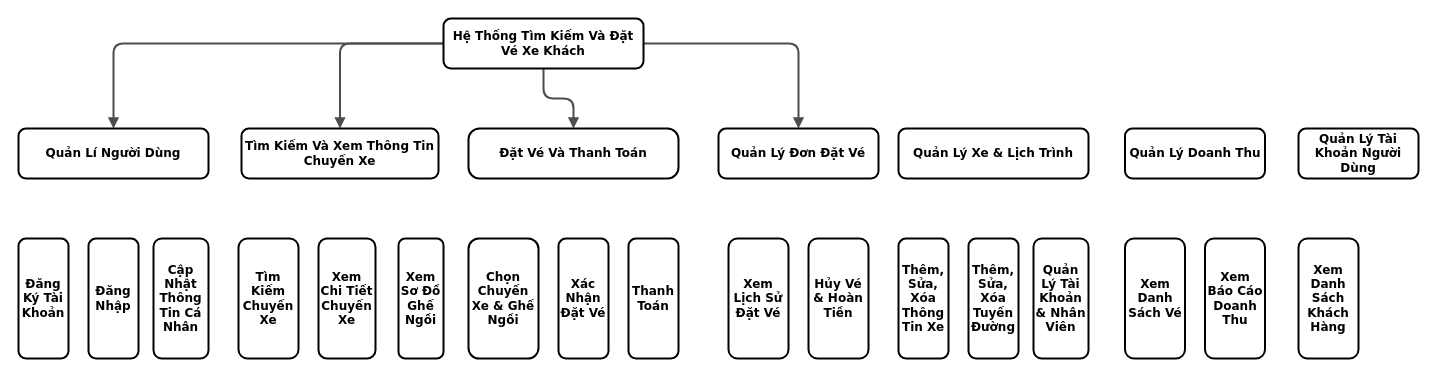
Before: bieudophanra.drawio in anhquan1111/PBL3, a draw.io diagram. Source tidied: cells renumbered, new cells numbered last; positions are measured from the earlier drawing's top-left corner, leaving out a move shared by most shapes. Both pictures are drawn from the tidied source at 100%, with x=0, y=0 at pixel (18, 18).
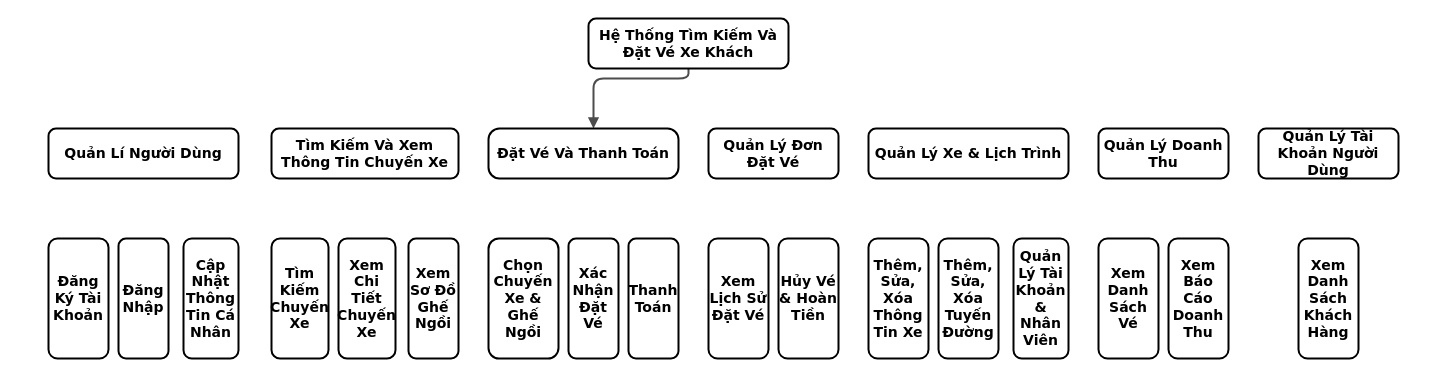
The same page after the edit.

Commit message (it also covers changes not shown here):
Cập nhật bieudophanra.drawio

The edit, as a diff of the source:
```diff
@@
-    <mxCell id="2" style="edgeStyle=orthogonalEdgeStyle;rounded=1;html=1;labelBackgroundColor=none;endArrow=block;endFill=1;strokeColor=#4D4D4D;strokeWidth=2;fontFamily=Verdana;fontSize=12;fontStyle=1;" parent="1" edge="1" source="10" target="9">
-      <mxGeometry relative="1" as="geometry" />
-    </mxCell>
-    <mxCell id="3" style="edgeStyle=orthogonalEdgeStyle;rounded=1;html=1;labelBackgroundColor=none;endArrow=block;endFill=1;strokeColor=#4D4D4D;strokeWidth=2;fontFamily=Verdana;fontSize=12;fontStyle=1;" parent="1" edge="1" source="10" target="7">
-      <mxGeometry relative="1" as="geometry" />
-    </mxCell>
-    <mxCell id="4" style="edgeStyle=orthogonalEdgeStyle;rounded=1;html=1;labelBackgroundColor=none;endArrow=block;endFill=1;strokeColor=#4D4D4D;strokeWidth=2;fontFamily=Verdana;fontSize=12;fontStyle=1;" parent="1" edge="1" source="10" target="11">
-      <mxGeometry relative="1" as="geometry" />
+    <mxCell id="4" style="edgeStyle=orthogonalEdgeStyle;rounded=1;html=1;labelBackgroundColor=none;endArrow=block;endFill=1;strokeColor=#4D4D4D;strokeWidth=2;fontFamily=Verdana;fontSize=14;fontStyle=1;" parent="1" edge="1" source="10" target="11">
+      <mxGeometry relative="1" as="geometry">
+        <Array as="points">
+          <mxPoint x="670" y="60" />
+          <mxPoint x="575" y="60" />
+        </Array>
+      </mxGeometry>
     </mxCell>
-    <mxCell id="5" style="edgeStyle=orthogonalEdgeStyle;rounded=1;html=1;labelBackgroundColor=none;endArrow=block;endFill=1;strokeColor=#4D4D4D;strokeWidth=2;fontFamily=Verdana;fontSize=12;fontStyle=1;exitX=1;exitY=0.5;exitDx=0;exitDy=0;" parent="1" edge="1" source="10" target="12">
-      <mxGeometry relative="1" as="geometry" />
-    </mxCell>
-    <mxCell id="6" value="Đăng Ký Tài Khoản" style="whiteSpace=wrap;html=1;rounded=1;shadow=0;comic=0;strokeWidth=2;fontFamily=Verdana;align=center;fontSize=12;fontStyle=1;" parent="1" vertex="1">
-      <mxGeometry y="220" width="50" height="120" as="geometry" />
+    <mxCell id="6" value="Đăng Ký Tài Khoản" style="whiteSpace=wrap;html=1;rounded=1;shadow=0;comic=0;strokeWidth=2;fontFamily=Verdana;align=center;fontSize=14;fontStyle=1;" parent="1" vertex="1">
+      <mxGeometry x="30" y="220" width="60" height="120" as="geometry" />
     </mxCell>
-    <mxCell id="7" value="Quản Lí Người Dùng" style="whiteSpace=wrap;html=1;rounded=1;shadow=0;comic=0;strokeWidth=2;fontFamily=Verdana;align=center;fontSize=12;fontStyle=1;" parent="1" vertex="1">
-      <mxGeometry y="110" width="190" height="50" as="geometry" />
+    <mxCell id="7" value="Quản Lí Người Dùng" style="whiteSpace=wrap;html=1;rounded=1;shadow=0;comic=0;strokeWidth=2;fontFamily=Verdana;align=center;fontSize=14;fontStyle=1;" parent="1" vertex="1">
+      <mxGeometry x="30" y="110" width="190" height="50" as="geometry" />
     </mxCell>
-    <mxCell id="8" value="Cập Nhật Thông Tin Cá Nhân" style="whiteSpace=wrap;html=1;rounded=1;shadow=0;comic=0;strokeWidth=2;fontFamily=Verdana;align=center;fontSize=12;fontStyle=1;" parent="1" vertex="1">
-      <mxGeometry x="135" y="220" width="55" height="120" as="geometry" />
+    <mxCell id="8" value="Cập Nhật Thông Tin Cá Nhân" style="whiteSpace=wrap;html=1;rounded=1;shadow=0;comic=0;strokeWidth=2;fontFamily=Verdana;align=center;fontSize=14;fontStyle=1;" parent="1" vertex="1">
+      <mxGeometry x="165" y="220" width="55" height="120" as="geometry" />
     </mxCell>
-    <mxCell id="9" value="Tìm Kiếm Và Xem Thông Tin Chuyến Xe" style="whiteSpace=wrap;html=1;rounded=1;shadow=0;comic=0;strokeWidth=2;fontFamily=Verdana;align=center;fontSize=12;fontStyle=1;" parent="1" vertex="1">
-      <mxGeometry x="223" y="110" width="197" height="50" as="geometry" />
+    <mxCell id="9" value="Tìm Kiếm Và Xem Thông Tin Chuyến Xe" style="whiteSpace=wrap;html=1;rounded=1;shadow=0;comic=0;strokeWidth=2;fontFamily=Verdana;align=center;fontSize=14;fontStyle=1;" parent="1" vertex="1">
+      <mxGeometry x="253" y="110" width="187" height="50" as="geometry" />
     </mxCell>
-    <mxCell id="10" value="&lt;font style=&quot;font-size: 12px;&quot;&gt;Hệ Thống Tìm Kiếm Và Đặt Vé Xe Khách&lt;/font&gt;" style="whiteSpace=wrap;html=1;rounded=1;shadow=0;comic=0;strokeWidth=2;fontFamily=Verdana;align=center;fontSize=12;fontStyle=1;" parent="1" vertex="1">
-      <mxGeometry x="425" width="200" height="50" as="geometry" />
+    <mxCell id="10" value="&lt;font&gt;Hệ Thống Tìm Kiếm Và Đặt Vé Xe Khách&lt;/font&gt;" style="whiteSpace=wrap;html=1;rounded=1;shadow=0;comic=0;strokeWidth=2;fontFamily=Verdana;align=center;fontSize=14;fontStyle=1;" parent="1" vertex="1">
+      <mxGeometry x="570" width="200" height="50" as="geometry" />
     </mxCell>
-    <mxCell id="11" value="Đặt Vé Và Thanh Toán" style="whiteSpace=wrap;html=1;rounded=1;shadow=0;comic=0;strokeWidth=2;fontFamily=Verdana;align=center;fontSize=12;fontStyle=1;arcSize=22;" parent="1" vertex="1">
-      <mxGeometry x="450" y="110" width="210" height="50" as="geometry" />
+    <mxCell id="11" value="Đặt Vé Và Thanh Toán" style="whiteSpace=wrap;html=1;rounded=1;shadow=0;comic=0;strokeWidth=2;fontFamily=Verdana;align=center;fontSize=14;fontStyle=1;arcSize=22;" parent="1" vertex="1">
+      <mxGeometry x="470" y="110" width="190" height="50" as="geometry" />
     </mxCell>
-    <mxCell id="12" value="Quản Lý Đơn Đặt Vé" style="whiteSpace=wrap;html=1;rounded=1;shadow=0;comic=0;strokeWidth=2;fontFamily=Verdana;align=center;fontSize=12;fontStyle=1;" parent="1" vertex="1">
-      <mxGeometry x="700" y="110" width="160" height="50" as="geometry" />
+    <mxCell id="12" value="Quản Lý Đơn Đặt Vé" style="whiteSpace=wrap;html=1;rounded=1;shadow=0;comic=0;strokeWidth=2;fontFamily=Verdana;align=center;fontSize=14;fontStyle=1;" parent="1" vertex="1">
+      <mxGeometry x="690" y="110" width="130" height="50" as="geometry" />
     </mxCell>
-    <mxCell id="13" value="Đăng Nhập" style="whiteSpace=wrap;html=1;rounded=1;shadow=0;comic=0;strokeWidth=2;fontFamily=Verdana;align=center;fontSize=12;fontStyle=1;" parent="1" vertex="1">
-      <mxGeometry x="70" y="220" width="50" height="120" as="geometry" />
+    <mxCell id="13" value="Đăng Nhập" style="whiteSpace=wrap;html=1;rounded=1;shadow=0;comic=0;strokeWidth=2;fontFamily=Verdana;align=center;fontSize=14;fontStyle=1;" parent="1" vertex="1">
+      <mxGeometry x="100" y="220" width="50" height="120" as="geometry" />
     </mxCell>
-    <mxCell id="14" value="Tìm Kiếm Chuyến Xe" style="whiteSpace=wrap;html=1;rounded=1;shadow=0;comic=0;strokeWidth=2;fontFamily=Verdana;align=center;fontSize=12;fontStyle=1;" parent="1" vertex="1">
-      <mxGeometry x="220" y="220" width="60" height="120" as="geometry" />
+    <mxCell id="14" value="Tìm Kiếm Chuyến Xe" style="whiteSpace=wrap;html=1;rounded=1;shadow=0;comic=0;strokeWidth=2;fontFamily=Verdana;align=center;fontSize=14;fontStyle=1;" parent="1" vertex="1">
+      <mxGeometry x="253" y="220" width="57" height="120" as="geometry" />
     </mxCell>
-    <mxCell id="15" value="Xem Sơ Đồ Ghế Ngồi" style="whiteSpace=wrap;html=1;rounded=1;shadow=0;comic=0;strokeWidth=2;fontFamily=Verdana;align=center;fontSize=12;fontStyle=1;" parent="1" vertex="1">
-      <mxGeometry x="380" y="220" width="45" height="120" as="geometry" />
+    <mxCell id="15" value="Xem Sơ Đồ Ghế Ngồi" style="whiteSpace=wrap;html=1;rounded=1;shadow=0;comic=0;strokeWidth=2;fontFamily=Verdana;align=center;fontSize=14;fontStyle=1;" parent="1" vertex="1">
+      <mxGeometry x="390" y="220" width="50" height="120" as="geometry" />
     </mxCell>
-    <mxCell id="16" value="Xem Chi Tiết Chuyến Xe" style="whiteSpace=wrap;html=1;rounded=1;shadow=0;comic=0;strokeWidth=2;fontFamily=Verdana;align=center;fontSize=12;fontStyle=1;" parent="1" vertex="1">
-      <mxGeometry x="300" y="220" width="57" height="120" as="geometry" />
+    <mxCell id="16" value="Xem Chi Tiết Chuyến Xe" style="whiteSpace=wrap;html=1;rounded=1;shadow=0;comic=0;strokeWidth=2;fontFamily=Verdana;align=center;fontSize=14;fontStyle=1;" parent="1" vertex="1">
+      <mxGeometry x="320" y="220" width="57" height="120" as="geometry" />
     </mxCell>
-    <mxCell id="17" value="Chọn Chuyến Xe &amp;amp; Ghế Ngồi" style="whiteSpace=wrap;html=1;rounded=1;shadow=0;comic=0;strokeWidth=2;fontFamily=Verdana;align=center;fontSize=12;fontStyle=1;" parent="1" vertex="1">
-      <mxGeometry x="450" y="220" width="70" height="120" as="geometry" />
+    <mxCell id="17" value="Chọn Chuyến Xe &amp;amp; Ghế Ngồi" style="whiteSpace=wrap;html=1;rounded=1;shadow=0;comic=0;strokeWidth=2;fontFamily=Verdana;align=center;fontSize=14;fontStyle=1;" parent="1" vertex="1">
+      <mxGeometry x="470" y="220" width="70" height="120" as="geometry" />
     </mxCell>
-    <mxCell id="18" value="Thanh Toán" style="whiteSpace=wrap;html=1;rounded=1;shadow=0;comic=0;strokeWidth=2;fontFamily=Verdana;align=center;fontSize=12;fontStyle=1;" parent="1" vertex="1">
+    <mxCell id="18" value="Thanh Toán" style="whiteSpace=wrap;html=1;rounded=1;shadow=0;comic=0;strokeWidth=2;fontFamily=Verdana;align=center;fontSize=14;fontStyle=1;" parent="1" vertex="1">
       <mxGeometry x="610" y="220" width="50" height="120" as="geometry" />
     </mxCell>
-    <mxCell id="19" value="Xác Nhận Đặt Vé" style="whiteSpace=wrap;html=1;rounded=1;shadow=0;comic=0;strokeWidth=2;fontFamily=Verdana;align=center;fontSize=12;fontStyle=1;" parent="1" vertex="1">
-      <mxGeometry x="540" y="220" width="50" height="120" as="geometry" />
+    <mxCell id="19" value="Xác Nhận Đặt Vé" style="whiteSpace=wrap;html=1;rounded=1;shadow=0;comic=0;strokeWidth=2;fontFamily=Verdana;align=center;fontSize=14;fontStyle=1;" parent="1" vertex="1">
+      <mxGeometry x="550" y="220" width="50" height="120" as="geometry" />
     </mxCell>
-    <mxCell id="20" value="Xem Lịch Sử Đặt Vé" style="whiteSpace=wrap;html=1;rounded=1;shadow=0;comic=0;strokeWidth=2;fontFamily=Verdana;align=center;fontSize=12;fontStyle=1;" parent="1" vertex="1">
-      <mxGeometry x="710" y="220" width="60" height="120" as="geometry" />
+    <mxCell id="20" value="Xem Lịch Sử Đặt Vé" style="whiteSpace=wrap;html=1;rounded=1;shadow=0;comic=0;strokeWidth=2;fontFamily=Verdana;align=center;fontSize=14;fontStyle=1;" parent="1" vertex="1">
+      <mxGeometry x="690" y="220" width="60" height="120" as="geometry" />
     </mxCell>
-    <mxCell id="21" value="Hủy Vé &amp;amp; Hoàn Tiền" style="whiteSpace=wrap;html=1;rounded=1;shadow=0;comic=0;strokeWidth=2;fontFamily=Verdana;align=center;fontSize=12;fontStyle=1;" parent="1" vertex="1">
-      <mxGeometry x="790" y="220" width="60" height="120" as="geometry" />
+    <mxCell id="21" value="Hủy Vé &amp;amp; Hoàn Tiền" style="whiteSpace=wrap;html=1;rounded=1;shadow=0;comic=0;strokeWidth=2;fontFamily=Verdana;align=center;fontSize=14;fontStyle=1;" parent="1" vertex="1">
+      <mxGeometry x="760" y="220" width="60" height="120" as="geometry" />
     </mxCell>
-    <mxCell id="22" value="Thêm, Sửa, Xóa Thông Tin Xe" style="whiteSpace=wrap;html=1;rounded=1;shadow=0;comic=0;strokeWidth=2;fontFamily=Verdana;align=center;fontSize=12;fontStyle=1;" parent="1" vertex="1">
-      <mxGeometry x="880" y="220" width="50" height="120" as="geometry" />
+    <mxCell id="22" value="Thêm, Sửa, Xóa Thông Tin Xe" style="whiteSpace=wrap;html=1;rounded=1;shadow=0;comic=0;strokeWidth=2;fontFamily=Verdana;align=center;fontSize=14;fontStyle=1;" parent="1" vertex="1">
+      <mxGeometry x="850" y="220" width="60" height="120" as="geometry" />
     </mxCell>
-    <mxCell id="23" value="Quản Lý Xe &amp;amp; Lịch Trình" style="whiteSpace=wrap;html=1;rounded=1;shadow=0;comic=0;strokeWidth=2;fontFamily=Verdana;align=center;fontSize=12;fontStyle=1;" parent="1" vertex="1">
-      <mxGeometry x="880" y="110" width="190" height="50" as="geometry" />
+    <mxCell id="23" value="Quản Lý Xe &amp;amp; Lịch Trình" style="whiteSpace=wrap;html=1;rounded=1;shadow=0;comic=0;strokeWidth=2;fontFamily=Verdana;align=center;fontSize=14;fontStyle=1;" parent="1" vertex="1">
+      <mxGeometry x="850" y="110" width="200" height="50" as="geometry" />
     </mxCell>
-    <mxCell id="24" value="Quản Lý Tài Khoản &amp;amp; Nhân Viên" style="whiteSpace=wrap;html=1;rounded=1;shadow=0;comic=0;strokeWidth=2;fontFamily=Verdana;align=center;fontSize=12;fontStyle=1;" parent="1" vertex="1">
-      <mxGeometry x="1015" y="220" width="55" height="120" as="geometry" />
+    <mxCell id="24" value="Quản Lý Tài Khoản &amp;amp; Nhân Viên" style="whiteSpace=wrap;html=1;rounded=1;shadow=0;comic=0;strokeWidth=2;fontFamily=Verdana;align=center;fontSize=14;fontStyle=1;" parent="1" vertex="1">
+      <mxGeometry x="995" y="220" width="55" height="120" as="geometry" />
     </mxCell>
-    <mxCell id="25" value="Quản Lý Doanh Thu" style="whiteSpace=wrap;html=1;rounded=1;shadow=0;comic=0;strokeWidth=2;fontFamily=Verdana;align=center;fontSize=12;fontStyle=1;" parent="1" vertex="1">
-      <mxGeometry x="1106.5" y="110" width="140" height="50" as="geometry" />
+    <mxCell id="25" value="Quản Lý Doanh Thu" style="whiteSpace=wrap;html=1;rounded=1;shadow=0;comic=0;strokeWidth=2;fontFamily=Verdana;align=center;fontSize=14;fontStyle=1;" parent="1" vertex="1">
+      <mxGeometry x="1080" y="110" width="130" height="50" as="geometry" />
     </mxCell>
-    <mxCell id="26" value="Quản Lý Tài Khoản Người Dùng" style="whiteSpace=wrap;html=1;rounded=1;shadow=0;comic=0;strokeWidth=2;fontFamily=Verdana;align=center;fontSize=12;fontStyle=1;" parent="1" vertex="1">
-      <mxGeometry x="1280" y="110" width="120" height="50" as="geometry" />
+    <mxCell id="26" value="Quản Lý Tài Khoản Người Dùng" style="whiteSpace=wrap;html=1;rounded=1;shadow=0;comic=0;strokeWidth=2;fontFamily=Verdana;align=center;fontSize=14;fontStyle=1;" parent="1" vertex="1">
+      <mxGeometry x="1240" y="110" width="140" height="50" as="geometry" />
     </mxCell>
-    <mxCell id="27" value="Thêm, Sửa, Xóa Tuyến Đường" style="whiteSpace=wrap;html=1;rounded=1;shadow=0;comic=0;strokeWidth=2;fontFamily=Verdana;align=center;fontSize=12;fontStyle=1;" parent="1" vertex="1">
-      <mxGeometry x="950" y="220" width="50" height="120" as="geometry" />
+    <mxCell id="27" value="Thêm, Sửa, Xóa Tuyến Đường" style="whiteSpace=wrap;html=1;rounded=1;shadow=0;comic=0;strokeWidth=2;fontFamily=Verdana;align=center;fontSize=14;fontStyle=1;" parent="1" vertex="1">
+      <mxGeometry x="920" y="220" width="60" height="120" as="geometry" />
     </mxCell>
-    <mxCell id="28" value="Xem Danh Sách Vé" style="whiteSpace=wrap;html=1;rounded=1;shadow=0;comic=0;strokeWidth=2;fontFamily=Verdana;align=center;fontSize=12;fontStyle=1;" parent="1" vertex="1">
-      <mxGeometry x="1106.5" y="220" width="60" height="120" as="geometry" />
+    <mxCell id="28" value="Xem Danh Sách Vé" style="whiteSpace=wrap;html=1;rounded=1;shadow=0;comic=0;strokeWidth=2;fontFamily=Verdana;align=center;fontSize=14;fontStyle=1;" parent="1" vertex="1">
+      <mxGeometry x="1080" y="220" width="60" height="120" as="geometry" />
     </mxCell>
-    <mxCell id="29" value="Xem Báo Cáo Doanh Thu" style="whiteSpace=wrap;html=1;rounded=1;shadow=0;comic=0;strokeWidth=2;fontFamily=Verdana;align=center;fontSize=12;fontStyle=1;" parent="1" vertex="1">
-      <mxGeometry x="1186.5" y="220" width="60" height="120" as="geometry" />
+    <mxCell id="29" value="Xem Báo Cáo Doanh Thu" style="whiteSpace=wrap;html=1;rounded=1;shadow=0;comic=0;strokeWidth=2;fontFamily=Verdana;align=center;fontSize=14;fontStyle=1;" parent="1" vertex="1">
+      <mxGeometry x="1150" y="220" width="60" height="120" as="geometry" />
     </mxCell>
-    <mxCell id="30" value="Xem Danh Sách Khách Hàng" style="whiteSpace=wrap;html=1;rounded=1;shadow=0;comic=0;strokeWidth=2;fontFamily=Verdana;align=center;fontSize=12;fontStyle=1;" parent="1" vertex="1">
+    <mxCell id="30" value="Xem Danh Sách Khách Hàng" style="whiteSpace=wrap;html=1;rounded=1;shadow=0;comic=0;strokeWidth=2;fontFamily=Verdana;align=center;fontSize=14;fontStyle=1;" parent="1" vertex="1">
       <mxGeometry x="1280" y="220" width="60" height="120" as="geometry" />
     </mxCell>
```
